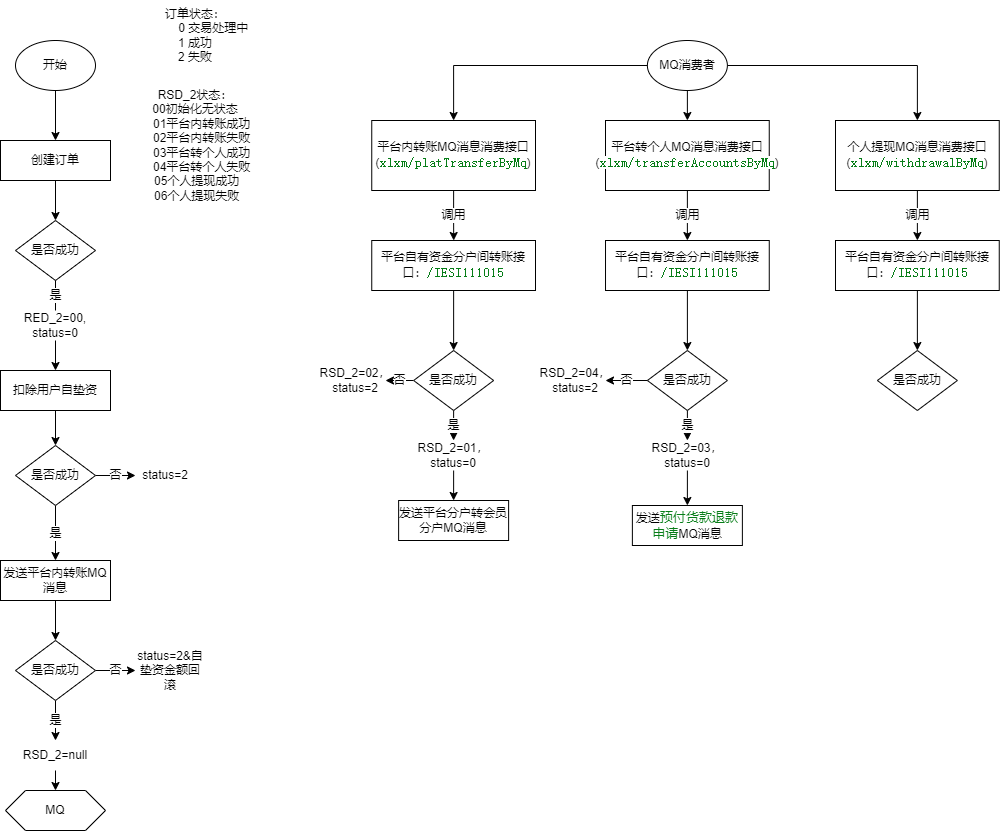
Above: 厦门国际代付订单状态流转.drawio.png in songyibo2019/mydiagrams (draw.io), before the change. Source tidied: cells renumbered, new cells last; positions are measured from the earlier drawing's top-left corner, leaving out a move shared by most shapes.
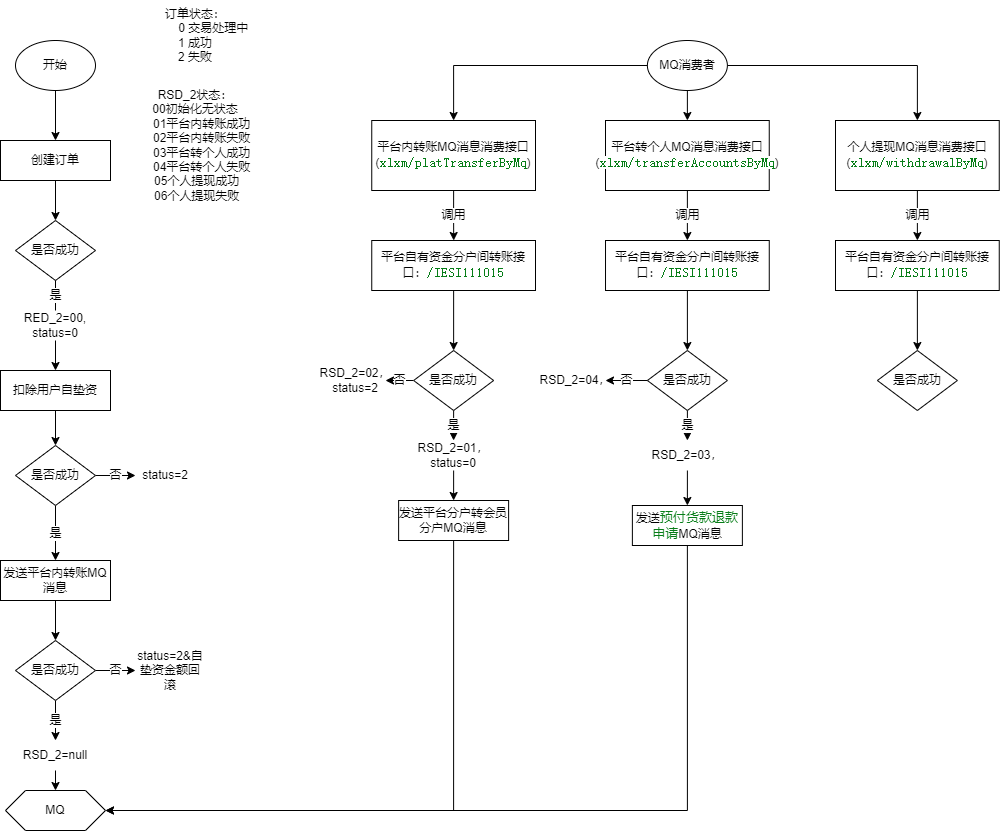
After the change.

Commit message:
Update 厦门国际代付订单状态流转.drawio.png

What changed in the source:
```diff
@@ -101,6 +101,9 @@
     <mxCell id="34" value="是否成功" style="rhombus;whiteSpace=wrap;html=1;" parent="1" vertex="1">
       <mxGeometry x="413.1" y="350" width="80" height="60" as="geometry" />
     </mxCell>
+    <mxCell id="58" style="edgeStyle=orthogonalEdgeStyle;rounded=0;jettySize=auto;html=1;exitX=0.5;exitY=1;exitDx=0;exitDy=0;entryX=1;entryY=0.5;entryDx=0;entryDy=0;" parent="1" edge="1" source="35" target="47">
+      <mxGeometry relative="1" as="geometry" />
+    </mxCell>
     <mxCell id="35" value="发送平台分户转会员分户MQ消息" style="rounded=0;whiteSpace=wrap;html=1;" parent="1" vertex="1">
       <mxGeometry x="398.1" y="500" width="110" height="40" as="geometry" />
     </mxCell>
@@ -161,13 +164,16 @@
     <mxCell id="54" style="edgeStyle=orthogonalEdgeStyle;rounded=0;jettySize=auto;html=1;exitX=0.5;exitY=1;exitDx=0;exitDy=0;entryX=0.5;entryY=0;entryDx=0;entryDy=0;" parent="1" edge="1" source="55" target="56">
       <mxGeometry relative="1" as="geometry" />
     </mxCell>
-    <mxCell id="55" value="RSD_2=03，&lt;br&gt;status=0" style="text;html=1;strokeColor=none;fillColor=none;align=center;verticalAlign=middle;whiteSpace=wrap;rounded=0;" parent="1" vertex="1">
+    <mxCell id="55" value="RSD_2=03，" style="text;html=1;strokeColor=none;fillColor=none;align=center;verticalAlign=middle;whiteSpace=wrap;rounded=0;" parent="1" vertex="1">
       <mxGeometry x="656.9" y="440" width="60" height="30" as="geometry" />
     </mxCell>
+    <mxCell id="59" style="edgeStyle=orthogonalEdgeStyle;rounded=0;jettySize=auto;html=1;exitX=0.5;exitY=1;exitDx=0;exitDy=0;entryX=1;entryY=0.5;entryDx=0;entryDy=0;" parent="1" edge="1" source="56" target="47">
+      <mxGeometry relative="1" as="geometry" />
+    </mxCell>
     <mxCell id="56" value="发送&lt;span style=&quot;color: rgb(6 , 125 , 23) ; background-color: rgb(255 , 255 , 255) ; font-family: , monospace ; font-size: 9.8pt&quot;&gt;预付货款退款申请&lt;/span&gt;&lt;span&gt;MQ消息&lt;/span&gt;" style="rounded=0;whiteSpace=wrap;html=1;" parent="1" vertex="1">
       <mxGeometry x="631.9" y="505" width="110" height="40" as="geometry" />
     </mxCell>
-    <mxCell id="57" value="RSD_2=04，&lt;br&gt;status=2" style="text;html=1;strokeColor=none;fillColor=none;align=center;verticalAlign=middle;whiteSpace=wrap;rounded=0;" parent="1" vertex="1">
+    <mxCell id="57" value="RSD_2=04，" style="text;html=1;strokeColor=none;fillColor=none;align=center;verticalAlign=middle;whiteSpace=wrap;rounded=0;" parent="1" vertex="1">
       <mxGeometry x="545" y="365" width="60" height="30" as="geometry" />
     </mxCell>
   </root>
```
